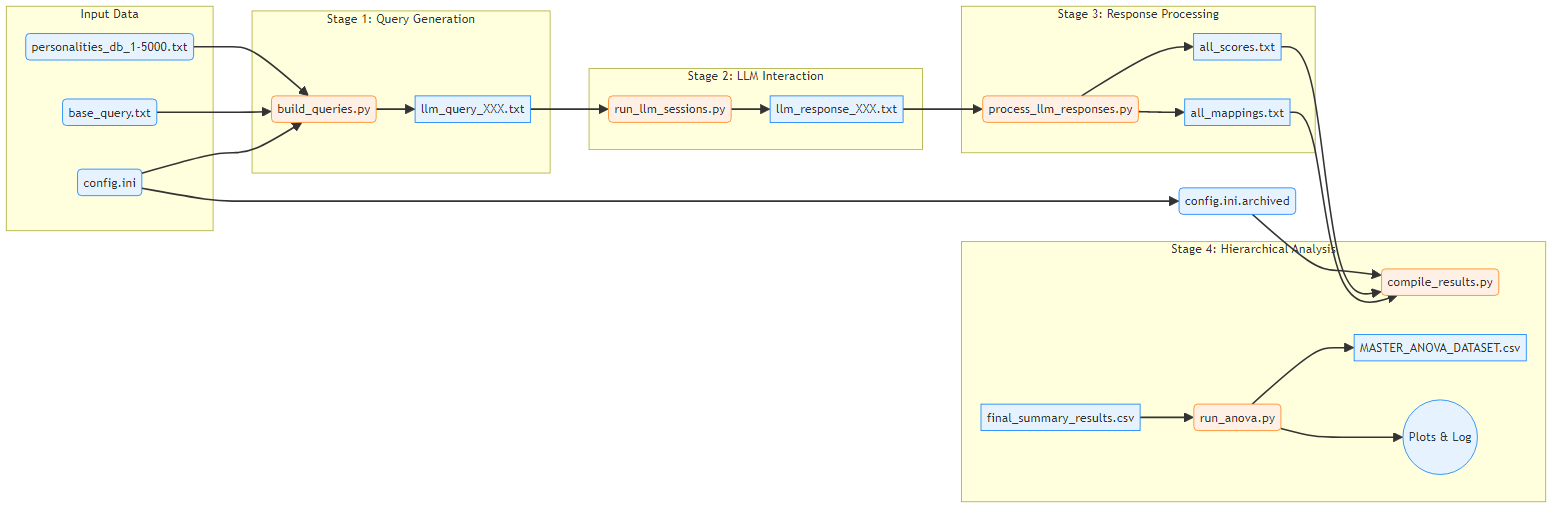
Earlier version of the Mermaid export docs/images/architecture_data_flow.png (peterjmarko/llm-narrative-framework). Its source is kept beside it as docs/diagrams/architecture_data_flow.mmd.
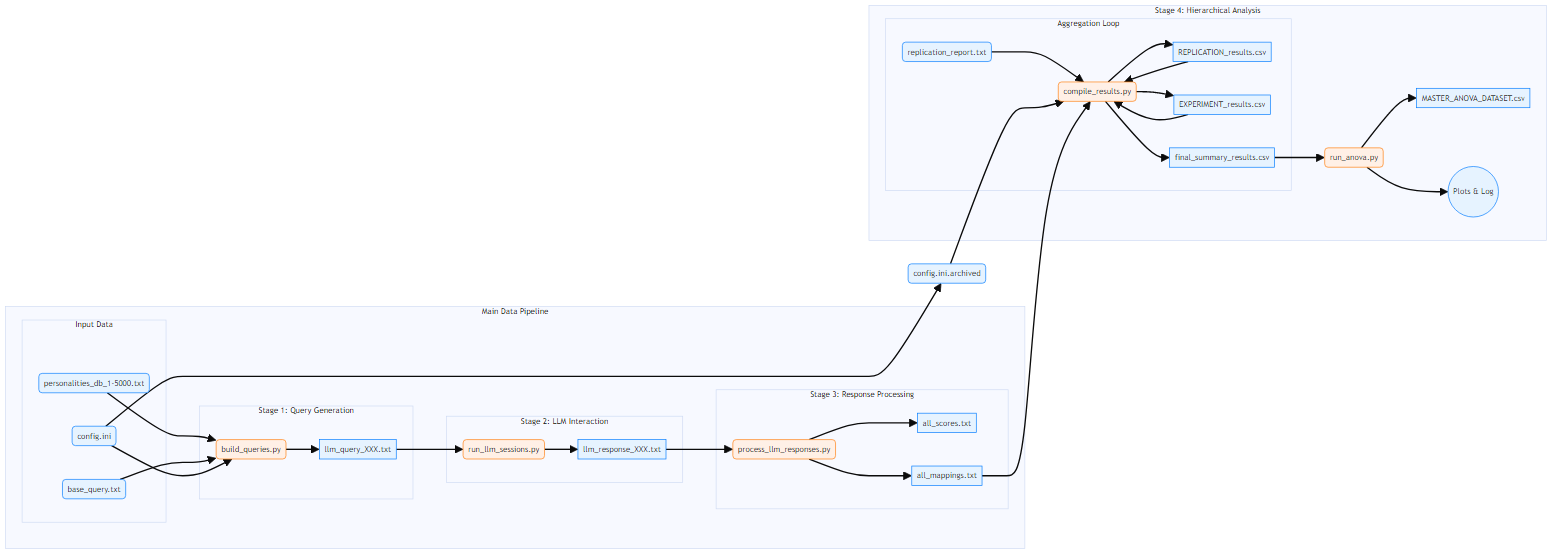
The same file after the commit.

Change to the diagram source:
```diff
@@ -1,46 +1,69 @@
-graph TD
-    subgraph "Input Data"
+graph LR
+
+    %%{
+      init: {
+        'theme': 'base',
+        'themeVariables': {
+          'fontSize': '12px',
+          'nodePadding': '5px'
+        }
+      }
+    }%%
+
+    subgraph "Main Data Pipeline"
         direction TB
-        A1(personalities_db_1-5000.txt)
-        A2(base_query.txt)
-        A3(config.ini)
-    end
 
-    subgraph "Stage 1: Query Generation"
-        direction TB
-        B(build_queries.py)
-        B --> C[llm_query_XXX.txt]
-    end
+        subgraph "Input Data"
+            A1(personalities_db_1-5000.txt)
+            A2(base_query.txt)
+            A3(config.ini)
+        end
 
-    subgraph "Stage 2: LLM Interaction"
-        direction TB
-        D(run_llm_sessions.py)
-        D --> E[llm_response_XXX.txt]
-    end
+        subgraph "Stage 1: Query Generation"
+            B(build_queries.py)
+            B --> C[llm_query_XXX.txt]
+        end
 
-    subgraph "Stage 3: Response Processing"
-        direction TB
-        F(process_llm_responses.py)
-        F --> G[all_scores.txt]
-        F --> H[all_mappings.txt]
+        subgraph "Stage 2: LLM Interaction"
+            D(run_llm_sessions.py)
+            D --> E[llm_response_XXX.txt]
+        end
+
+        subgraph "Stage 3: Response Processing"
+            F(process_llm_responses.py)
+            F --> G[all_scores.txt]
+            F --> H[all_mappings.txt]
+        end
+
+        A1 & A2 & A3 --> B
+        C --> D
+        E --> F
     end
 
     subgraph "Stage 4: Hierarchical Analysis"
         direction TB
         I(compile_results.py)
         J(run_anova.py)
-        K_final[final_summary_results.csv] --> J
-        J --> L[MASTER_ANOVA_DATASET.csv]
-        J --> N((Plots & Log))
+
+        subgraph "Aggregation Loop"
+            direction TB
+            M(replication_report.txt) --> I;
+            I --> K_rep[REPLICATION_results.csv];
+            K_rep --> I;
+            I --> K_exp[EXPERIMENT_results.csv];
+            K_exp --> I;
+            I --> K_final[final_summary_results.csv];
+        end
+
+        K_final --> J;
+        J --> L[MASTER_ANOVA_DATASET.csv];
+        J --> N((Plots & Log));
     end
 
-    A1 & A2 & A3 --> B
-    C --> D
-    E --> F
     A3 --> O(config.ini.archived):::Data
-    O & G & H --> I
+    O & H --> I;
 
     classDef Data fill:#e6f3ff,stroke:#007bff
     classDef Script fill:#fff0e6,stroke:#ff7f0e
-    class A1,A2,A3,C,E,G,H,K_final,L,N,O Data
+    class A1,A2,A3,C,E,G,H,K_rep,K_exp,K_final,L,M,N,O Data
     class B,D,F,I,J Script
```
